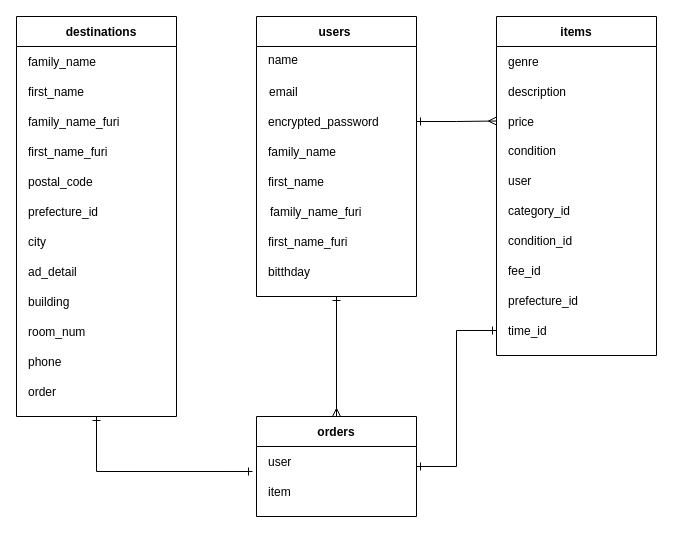
The draw.io diagram ER.dio in westvillege/furima-29642, before the edit. Source tidied: cells renumbered, new cells numbered last; positions are measured from the earlier drawing's top-left corner, leaving out a move shared by most shapes. Both pictures are drawn from the tidied source at 100%, with x=0, y=0 at pixel (16, 16).
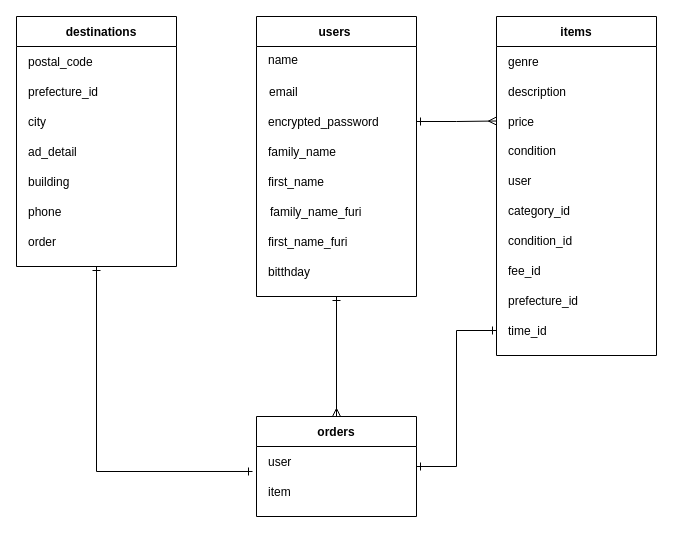
The same page after the edit.

Diff of the diagram source:
```diff
@@
     <mxCell id="21" value="destinations" style="shape=table;startSize=30;childLayout=tableLayout;rowLines=0;fontStyle=1;align=center;spacingLeft=10;" parent="1" vertex="1">
-      <mxGeometry width="160" height="400" as="geometry" />
+      <mxGeometry width="160" height="250" as="geometry" />
     </mxCell>
-    <mxCell id="22" style="shape=partialRectangle;fillColor=none;top=0;left=0;bottom=0;right=0;" parent="21" vertex="1">
-      <mxGeometry y="30" width="160" height="30" as="geometry" />
-    </mxCell>
-    <mxCell id="23" value="family_name" style="shape=partialRectangle;fillColor=none;top=0;left=0;bottom=0;right=0;overflow=hidden;align=left;spacingLeft=10;" parent="22" vertex="1">
-      <mxGeometry width="160" height="30" as="geometry" />
-    </mxCell>
-    <mxCell id="24" style="shape=partialRectangle;fillColor=none;top=0;left=0;bottom=0;right=0;" parent="21" vertex="1">
-      <mxGeometry y="60" width="160" height="30" as="geometry" />
-    </mxCell>
-    <mxCell id="25" value="first_name" style="shape=partialRectangle;fillColor=none;top=0;left=0;bottom=0;right=0;overflow=hidden;align=left;spacingLeft=10;" parent="24" vertex="1">
-      <mxGeometry width="160" height="30" as="geometry" />
-    </mxCell>
-    <mxCell id="26" style="shape=partialRectangle;fillColor=none;top=0;left=0;bottom=0;right=0;" parent="21" vertex="1">
-      <mxGeometry y="90" width="160" height="30" as="geometry" />
-    </mxCell>
-    <mxCell id="27" value="family_name_furi" style="shape=partialRectangle;fillColor=none;top=0;left=0;bottom=0;right=0;overflow=hidden;align=left;spacingLeft=10;" parent="26" vertex="1">
-      <mxGeometry width="160" height="30" as="geometry" />
-    </mxCell>
-    <mxCell id="28" style="shape=partialRectangle;fillColor=none;top=0;left=0;bottom=0;right=0;" parent="21" vertex="1">
-      <mxGeometry y="120" width="160" height="30" as="geometry" />
-    </mxCell>
-    <mxCell id="29" value="first_name_furi" style="shape=partialRectangle;fillColor=none;top=0;left=0;bottom=0;right=0;overflow=hidden;align=left;spacingLeft=10;" parent="28" vertex="1">
-      <mxGeometry width="160" height="30" as="geometry" />
-    </mxCell>
     <mxCell id="30" style="shape=partialRectangle;fillColor=none;top=0;left=0;bottom=0;right=0;" parent="21" vertex="1">
-      <mxGeometry y="150" width="160" height="30" as="geometry" />
+      <mxGeometry y="30" width="160" height="30" as="geometry" />
     </mxCell>
@@
     <mxCell id="32" style="shape=partialRectangle;fillColor=none;top=0;left=0;bottom=0;right=0;" parent="21" vertex="1">
-      <mxGeometry y="180" width="160" height="30" as="geometry" />
+      <mxGeometry y="60" width="160" height="30" as="geometry" />
     </mxCell>
@@
     <mxCell id="34" style="shape=partialRectangle;fillColor=none;top=0;left=0;bottom=0;right=0;" parent="21" vertex="1">
-      <mxGeometry y="210" width="160" height="30" as="geometry" />
+      <mxGeometry y="90" width="160" height="30" as="geometry" />
     </mxCell>
@@
     <mxCell id="36" style="shape=partialRectangle;fillColor=none;top=0;left=0;bottom=0;right=0;" parent="21" vertex="1">
-      <mxGeometry y="240" width="160" height="30" as="geometry" />
+      <mxGeometry y="120" width="160" height="30" as="geometry" />
     </mxCell>
@@
     <mxCell id="38" style="shape=partialRectangle;fillColor=none;top=0;left=0;bottom=0;right=0;" parent="21" vertex="1">
-      <mxGeometry y="270" width="160" height="30" as="geometry" />
+      <mxGeometry y="150" width="160" height="30" as="geometry" />
     </mxCell>
@@
-    <mxCell id="40" style="shape=partialRectangle;fillColor=none;top=0;left=0;bottom=0;right=0;" parent="21" vertex="1">
-      <mxGeometry y="300" width="160" height="30" as="geometry" />
-    </mxCell>
-    <mxCell id="41" value="room_num" style="shape=partialRectangle;fillColor=none;top=0;left=0;bottom=0;right=0;overflow=hidden;align=left;spacingLeft=10;" parent="40" vertex="1">
-      <mxGeometry width="160" height="30" as="geometry" />
-    </mxCell>
     <mxCell id="42" style="shape=partialRectangle;fillColor=none;top=0;left=0;bottom=0;right=0;" parent="21" vertex="1">
-      <mxGeometry y="330" width="160" height="30" as="geometry" />
+      <mxGeometry y="180" width="160" height="30" as="geometry" />
     </mxCell>
@@
     <mxCell id="44" style="shape=partialRectangle;fillColor=none;top=0;left=0;bottom=0;right=0;" parent="21" vertex="1">
-      <mxGeometry y="360" width="160" height="30" as="geometry" />
+      <mxGeometry y="210" width="160" height="30" as="geometry" />
     </mxCell>
```
